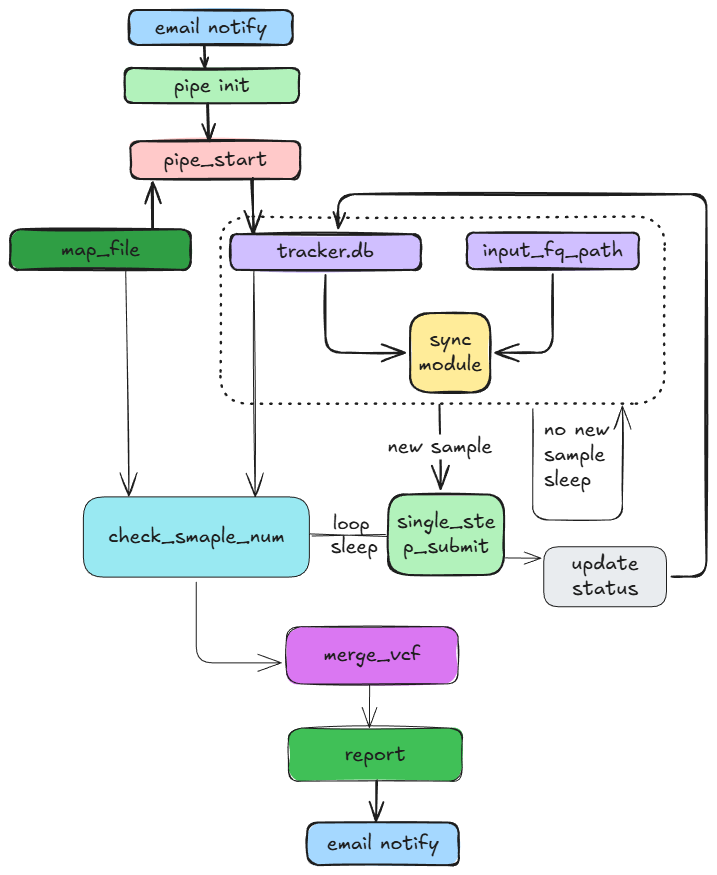
This is yexiang_pipeline.excalidraw.png from kevin-furant/yexiang_chip_analysis, a Excalidraw export, as it was before one commit. Source tidied: one line per element, renumbered; positions are measured from the earlier drawing's top-left corner, leaving out a move shared by most shapes.
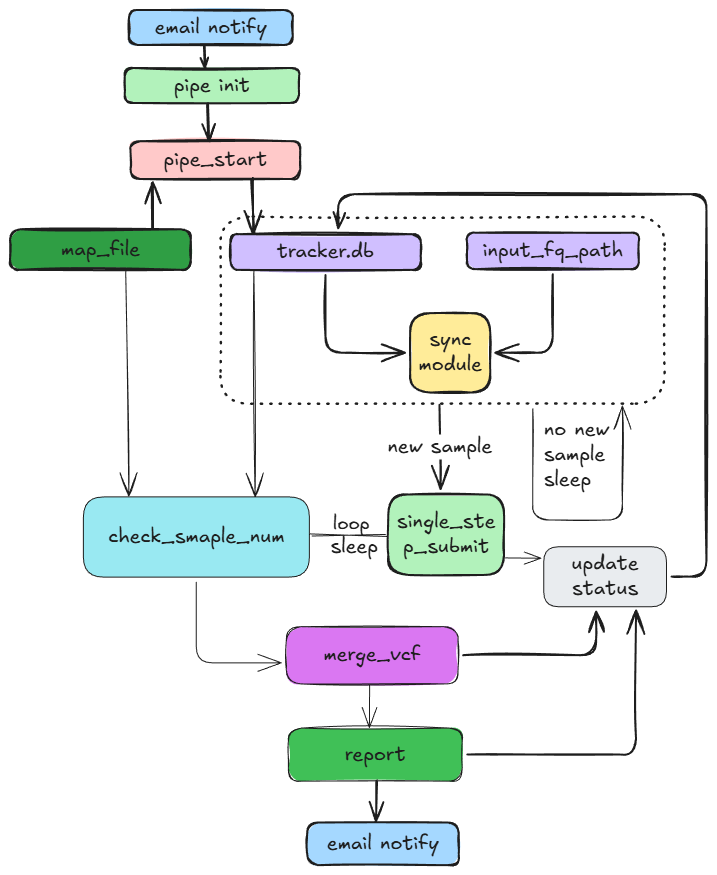
After the commit.

Commit message:
修改流程图

Change to the diagram source:
```diff
@@ -45,3 +45,5 @@
 {"id": 44, "type": "rectangle", "strokeColor": "#1e1e1e", "backgroundColor": "#a5d8ff", "fillStyle": "solid", "strokeWidth": 2, "roughness": 1, "round": true, "x": 297, "y": 812, "width": 151, "height": 43}
 {"id": 45, "type": "text", "text": "email notify", "strokeColor": "#1e1e1e", "strokeWidth": 2, "roughness": 1, "fontSize": 20, "fontFamily": 5, "textAlign": "center", "verticalAlign": "middle", "inside": 44, "x": 317, "y": 821, "width": 112, "height": 25}
 {"id": 46, "type": "arrow", "strokeColor": "#1e1e1e", "strokeWidth": 2, "roughness": 1, "endArrowhead": "arrow", "round": true, "from": 30, "to": 44, "x": 367, "y": 771, "width": 1, "height": 41, "points": [[0, 0], [-1, 41]]}
+{"id": 47, "type": "arrow", "strokeColor": "#1e1e1e", "strokeWidth": 2, "roughness": 1, "endArrowhead": "arrow", "from": 28, "to": 34, "x": 453, "y": 645, "width": 133, "height": 44, "points": [[0, 0], [133, 0], [133, -44]]}
+{"id": 48, "type": "arrow", "strokeColor": "#1e1e1e", "strokeWidth": 2, "roughness": 1, "endArrowhead": "arrow", "from": 30, "to": 34, "x": 457, "y": 745, "width": 169, "height": 144, "points": [[0, 0], [169, 0], [169, -144]]}
```
